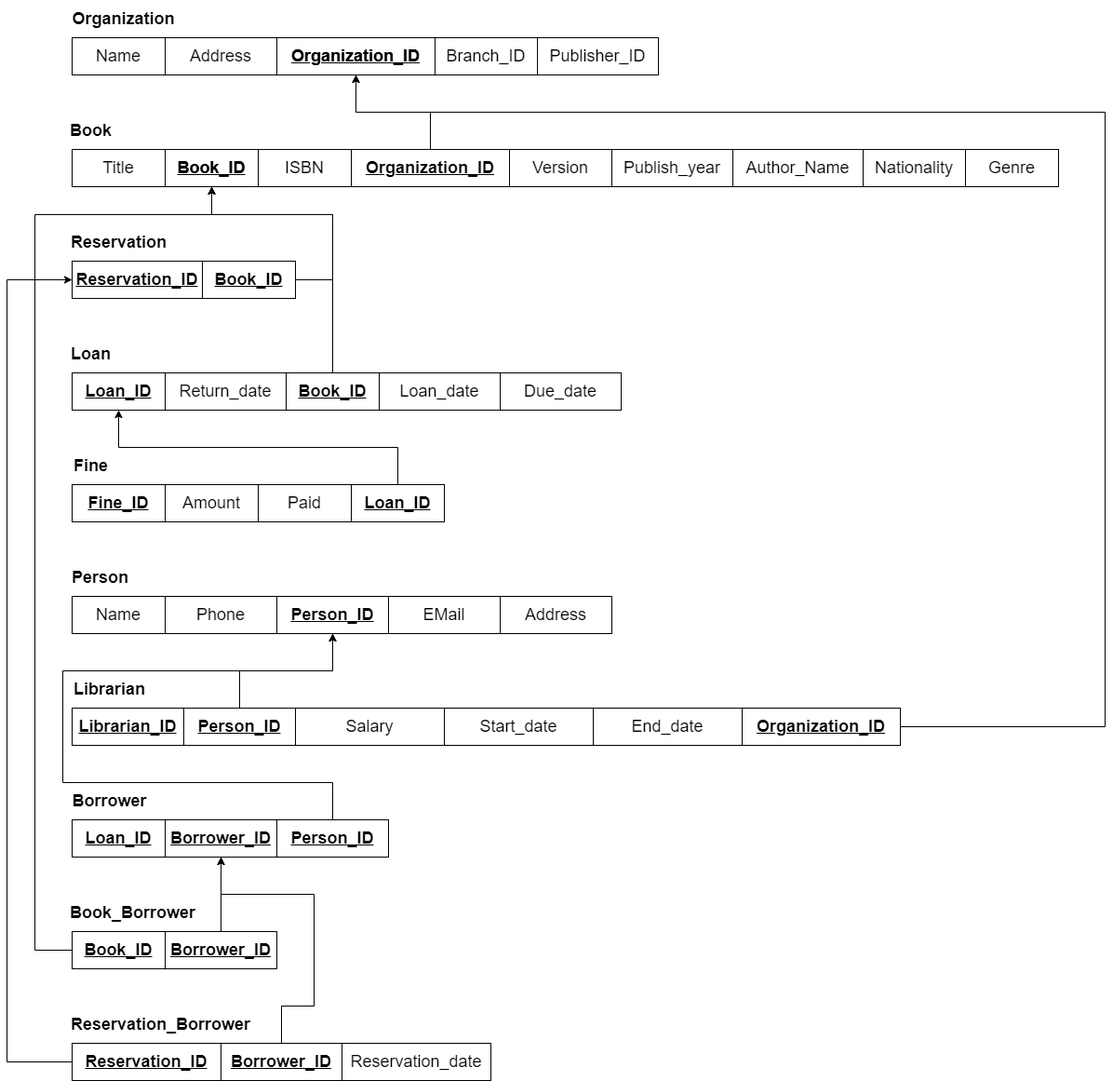
This is Relational_Model/Relational Model - Initial.png from YouAndMEME/sose23-database, a draw.io export, as it was before one commit. Source tidied: cells renumbered, new cells last; positions are measured from the earlier drawing's top-left corner, leaving out a move shared by most shapes.
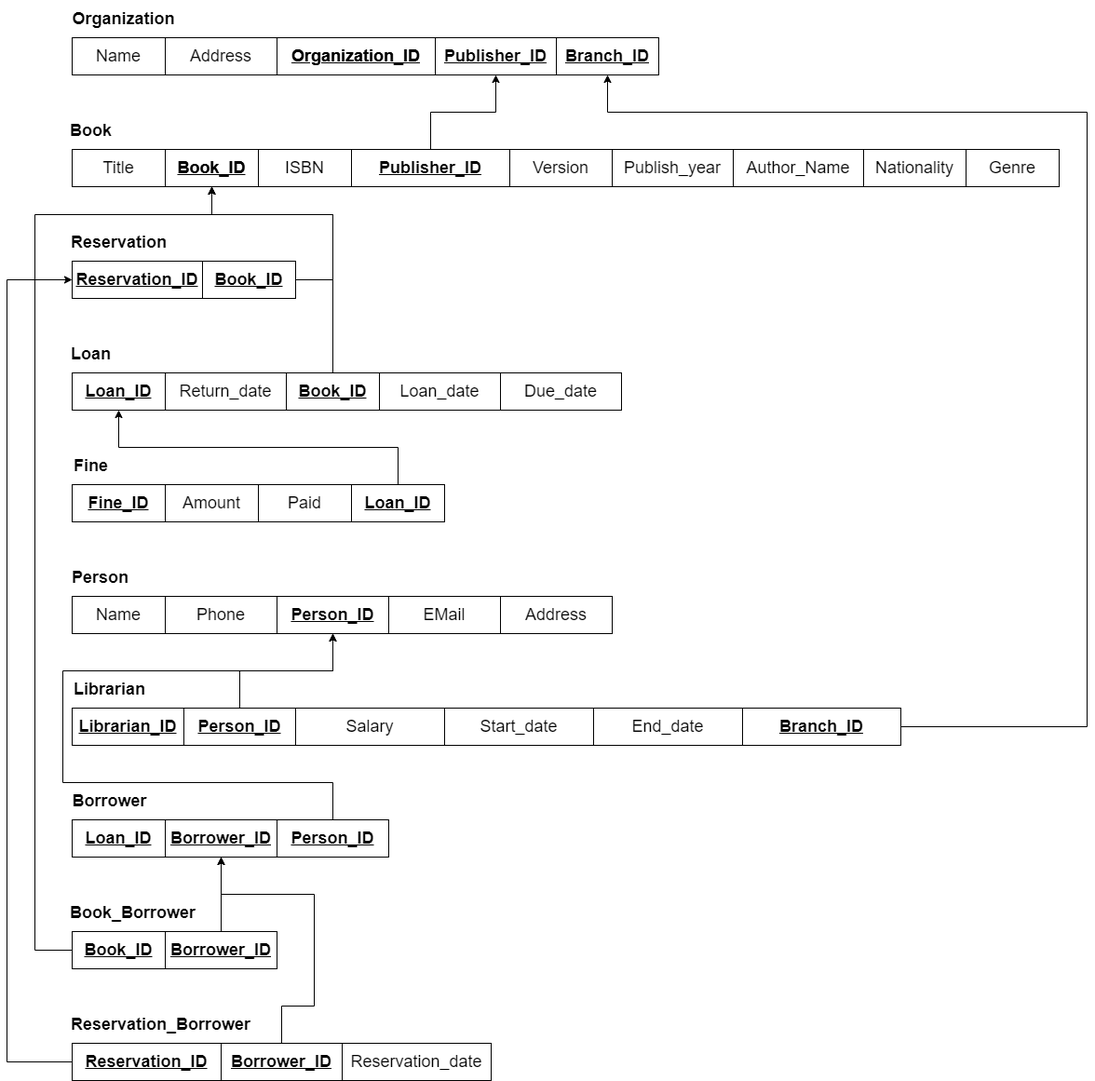
Above is the later version.

Commit message:
Updated Relational Model

What changed in the source:
```diff
@@ -50,11 +50,11 @@
     <mxCell id="17" value="&lt;b&gt;Organization_ID&lt;/b&gt;" style="whiteSpace=wrap;html=1;align=center;strokeColor=default;fontSize=18;fillColor=none;" parent="1" vertex="1">
       <mxGeometry x="290" y="40" width="170" height="40" as="geometry" />
     </mxCell>
-    <mxCell id="18" value="Branch_ID" style="whiteSpace=wrap;html=1;align=center;strokeColor=default;fontSize=18;fillColor=none;" parent="1" vertex="1">
-      <mxGeometry x="460" y="40" width="110" height="40" as="geometry" />
+    <mxCell id="18" value="&lt;b&gt;&lt;u&gt;Branch_ID&lt;/u&gt;&lt;/b&gt;" style="whiteSpace=wrap;html=1;align=center;strokeColor=default;fontSize=18;fillColor=none;" parent="1" vertex="1">
+      <mxGeometry x="590" y="40" width="110" height="40" as="geometry" />
     </mxCell>
-    <mxCell id="19" value="Publisher_ID" style="whiteSpace=wrap;html=1;align=center;strokeColor=default;fontSize=18;fillColor=none;" parent="1" vertex="1">
-      <mxGeometry x="570" y="40" width="130" height="40" as="geometry" />
+    <mxCell id="19" value="&lt;b&gt;&lt;u&gt;Publisher_ID&lt;/u&gt;&lt;/b&gt;" style="whiteSpace=wrap;html=1;align=center;strokeColor=default;fontSize=18;fillColor=none;" parent="1" vertex="1">
+      <mxGeometry x="460" y="40" width="130" height="40" as="geometry" />
     </mxCell>
     <mxCell id="20" value="Book_ID" style="whiteSpace=wrap;html=1;align=center;strokeColor=default;fontSize=18;fillColor=none;fontStyle=1;" parent="1" vertex="1">
       <mxGeometry x="170" y="160" width="100" height="40" as="geometry" />
@@ -80,10 +80,10 @@
     <mxCell id="25" value="Book_ID" style="whiteSpace=wrap;html=1;align=center;strokeColor=default;fontSize=18;fillColor=none;fontStyle=5;" parent="1" vertex="1">
       <mxGeometry x="210" y="280" width="100" height="40" as="geometry" />
     </mxCell>
-    <mxCell id="26" style="edgeStyle=orthogonalEdgeStyle;rounded=0;jettySize=auto;html=1;entryX=0.5;entryY=1;entryDx=0;entryDy=0;fontSize=18;" parent="1" edge="1" source="27" target="22">
-      <mxGeometry relative="1" as="geometry" />
-    </mxCell>
+    <mxCell id="69" style="edgeStyle=orthogonalEdgeStyle;rounded=0;jettySize=auto;html=1;entryX=0.5;entryY=1;entryDx=0;entryDy=0;" parent="1" edge="1" source="27" target="19">
+      <mxGeometry relative="1" as="geometry" />
+    </mxCell>
-    <mxCell id="27" value="&lt;b&gt;Organization_ID&lt;/b&gt;" style="whiteSpace=wrap;html=1;align=center;strokeColor=default;fontSize=18;fillColor=none;fontStyle=4;" parent="1" vertex="1">
+    <mxCell id="27" value="&lt;b&gt;Publisher_ID&lt;/b&gt;" style="whiteSpace=wrap;html=1;align=center;strokeColor=default;fontSize=18;fillColor=none;fontStyle=4;" parent="1" vertex="1">
       <mxGeometry x="370" y="160" width="170" height="40" as="geometry" />
     </mxCell>
     <mxCell id="28" value="Version" style="whiteSpace=wrap;html=1;align=center;strokeColor=default;fontSize=18;fillColor=none;" parent="1" vertex="1">
@@ -219,16 +219,16 @@
     <mxCell id="58" value="Reservation_date" style="whiteSpace=wrap;html=1;align=center;strokeColor=default;fontSize=18;fillColor=none;" parent="1" vertex="1">
       <mxGeometry x="360" y="1120" width="160" height="40" as="geometry" />
     </mxCell>
-    <mxCell id="59" style="edgeStyle=orthogonalEdgeStyle;rounded=0;jettySize=auto;html=1;entryX=0.5;entryY=1;entryDx=0;entryDy=0;fontSize=18;" parent="1" edge="1" source="60" target="22">
-      <mxGeometry relative="1" as="geometry">
-        <Array as="points">
-          <mxPoint x="1180" y="780" />
-          <mxPoint x="1180" y="120" />
-          <mxPoint x="375" y="120" />
-        </Array>
-      </mxGeometry>
-    </mxCell>
+    <mxCell id="70" style="edgeStyle=orthogonalEdgeStyle;rounded=0;jettySize=auto;html=1;entryX=0.5;entryY=1;entryDx=0;entryDy=0;" parent="1" edge="1" source="60" target="18">
+      <mxGeometry relative="1" as="geometry">
+        <Array as="points">
+          <mxPoint x="1160" y="780" />
+          <mxPoint x="1160" y="120" />
+          <mxPoint x="645" y="120" />
+        </Array>
+      </mxGeometry>
+    </mxCell>
-    <mxCell id="60" value="&lt;b&gt;Organization_ID&lt;/b&gt;" style="whiteSpace=wrap;html=1;align=center;strokeColor=default;fontSize=18;fillColor=none;fontStyle=4;" parent="1" vertex="1">
+    <mxCell id="60" value="&lt;b&gt;Branch_ID&lt;/b&gt;" style="whiteSpace=wrap;html=1;align=center;strokeColor=default;fontSize=18;fillColor=none;fontStyle=4;" parent="1" vertex="1">
       <mxGeometry x="790" y="760" width="170" height="40" as="geometry" />
     </mxCell>
     <mxCell id="61" value="Address" style="whiteSpace=wrap;html=1;align=center;strokeColor=default;fontSize=18;fillColor=none;" parent="1" vertex="1">
```
